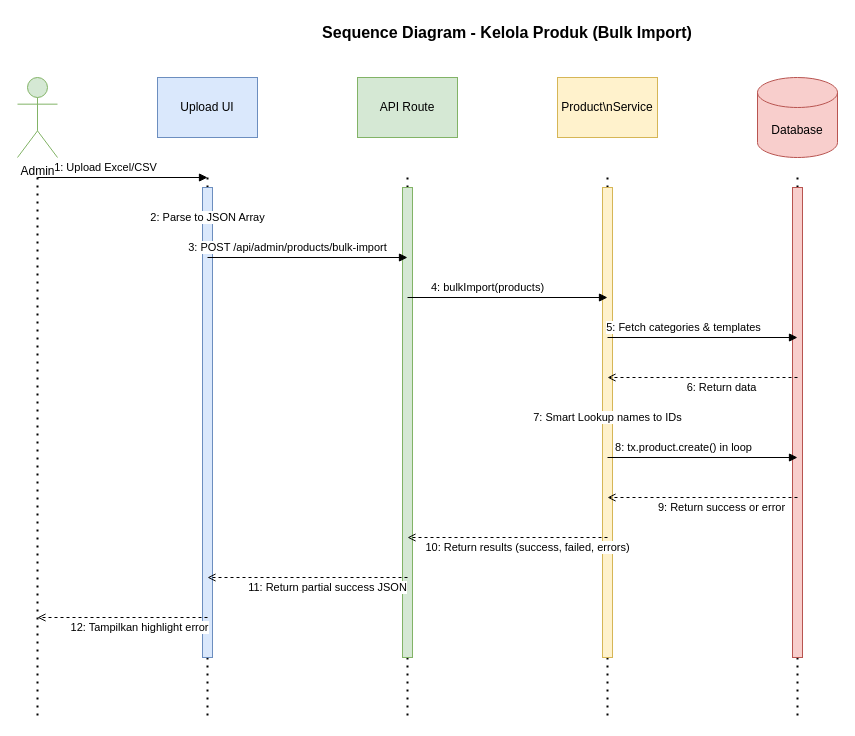
This is fordza-docs/diagrams/sequence-11-bulk-import.drawio from Aryo1235/fordza-web, a draw.io file, before an edit. Source tidied: cells renumbered, new cells numbered last; positions are measured from the earlier drawing's top-left corner, leaving out a move shared by most shapes. Both pictures are drawn from the tidied source at 100%, with x=0, y=0 at pixel (17, 17).
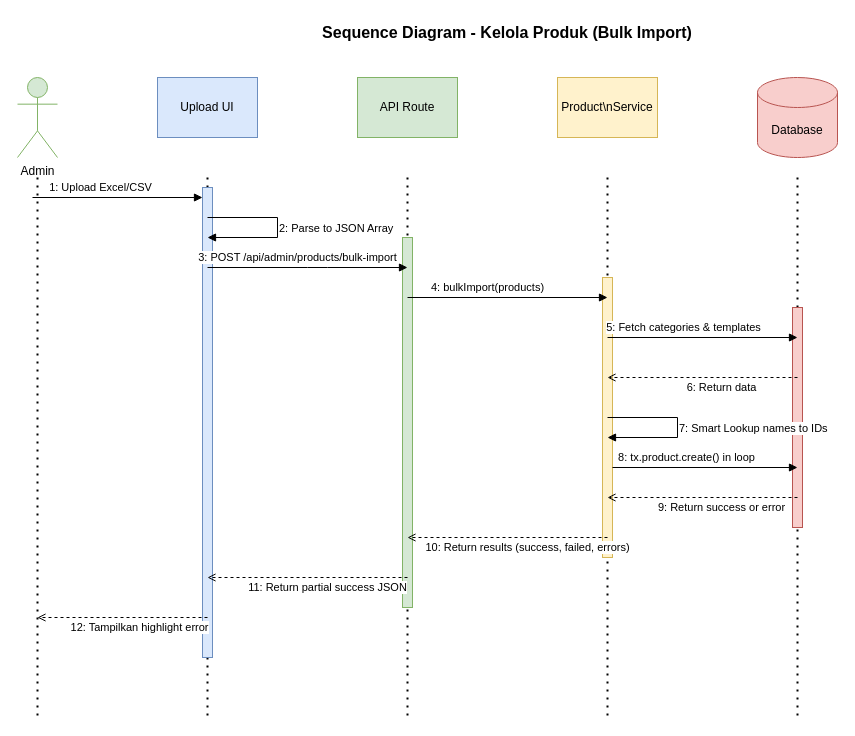
The same page after the edit.

Diff of the diagram source:
```diff
@@
     <mxCell id="10" style="rounded=0;whiteSpace=wrap;html=1;fillColor=#d5e8d4;strokeColor=#82b366;" parent="1" vertex="1">
-      <mxGeometry x="385" y="170" width="10" height="470" as="geometry" />
+      <mxGeometry x="385" y="220" width="10" height="370" as="geometry" />
     </mxCell>
@@
     <mxCell id="13" style="rounded=0;whiteSpace=wrap;html=1;fillColor=#fff2cc;strokeColor=#d6b656;" parent="1" vertex="1">
-      <mxGeometry x="585" y="170" width="10" height="470" as="geometry" />
+      <mxGeometry x="585" y="260" width="10" height="280" as="geometry" />
     </mxCell>
@@
     <mxCell id="16" style="rounded=0;whiteSpace=wrap;html=1;fillColor=#f8cecc;strokeColor=#b85450;" parent="1" vertex="1">
-      <mxGeometry x="775" y="170" width="10" height="470" as="geometry" />
+      <mxGeometry x="775" y="290" width="10" height="220" as="geometry" />
     </mxCell>
     <mxCell id="17" value="1: Upload Excel/CSV" style="endArrow=block;endFill=1;html=1;" parent="1" edge="1">
       <mxGeometry x="-0.2" y="10" relative="1" as="geometry">
-        <mxPoint x="20" y="160" as="sourcePoint" />
-        <mxPoint x="190" y="160" as="targetPoint" />
+        <mxPoint x="15" y="180" as="sourcePoint" />
+        <mxPoint x="185" y="180" as="targetPoint" />
       </mxGeometry>
     </mxCell>
-    <mxCell id="18" value="2: Parse to JSON Array" style="endArrow=block;endFill=1;html=1;" parent="1" edge="1">
-      <mxGeometry x="-0.2" y="10" relative="1" as="geometry">
+    <mxCell id="18" value="2: Parse to JSON Array" style="edgeStyle=orthogonalEdgeStyle;html=1;align=left;verticalAlign=bottom;endArrow=block;rounded=0;" parent="1" edge="1">
+      <mxGeometry x="0.12" relative="1" as="geometry">
         <mxPoint x="190" y="200" as="sourcePoint" />
-        <mxPoint x="190" y="200" as="targetPoint" />
+        <mxPoint x="190" y="220" as="targetPoint" />
+        <Array as="points">
+          <mxPoint x="260" y="200" />
+          <mxPoint x="260" y="220" />
+        </Array>
       </mxGeometry>
     </mxCell>
     <mxCell id="19" value="3: POST /api/admin/products/bulk-import" style="endArrow=block;endFill=1;html=1;" parent="1" edge="1">
-      <mxGeometry x="-0.2" y="10" relative="1" as="geometry">
-        <mxPoint x="190" y="240" as="sourcePoint" />
-        <mxPoint x="390" y="240" as="targetPoint" />
+      <mxGeometry x="-0.1" y="10" relative="1" as="geometry">
+        <mxPoint x="190" y="250" as="sourcePoint" />
+        <mxPoint x="390" y="250" as="targetPoint" />
+        <Array as="points">
+          <mxPoint x="300" y="250" />
+        </Array>
       </mxGeometry>
     </mxCell>
@@
-    <mxCell id="23" value="7: Smart Lookup names to IDs" style="endArrow=block;endFill=1;html=1;" parent="1" edge="1">
-      <mxGeometry x="-0.2" y="10" relative="1" as="geometry">
+    <mxCell id="23" value="7: Smart Lookup names to IDs" style="edgeStyle=orthogonalEdgeStyle;html=1;align=left;verticalAlign=bottom;endArrow=block;rounded=0;" parent="1" edge="1">
+      <mxGeometry x="0.12" relative="1" as="geometry">
         <mxPoint x="590" y="400" as="sourcePoint" />
-        <mxPoint x="590" y="400" as="targetPoint" />
+        <mxPoint x="590" y="420" as="targetPoint" />
+        <Array as="points">
+          <mxPoint x="660" y="400" />
+          <mxPoint x="660" y="420" />
+        </Array>
       </mxGeometry>
     </mxCell>
     <mxCell id="24" value="8: tx.product.create() in loop" style="endArrow=block;endFill=1;html=1;" parent="1" edge="1">
       <mxGeometry x="-0.2" y="10" relative="1" as="geometry">
-        <mxPoint x="590" y="440" as="sourcePoint" />
-        <mxPoint x="780" y="440" as="targetPoint" />
+        <mxPoint x="595" y="450" as="sourcePoint" />
+        <mxPoint x="780" y="450" as="targetPoint" />
       </mxGeometry>
     </mxCell>
```
